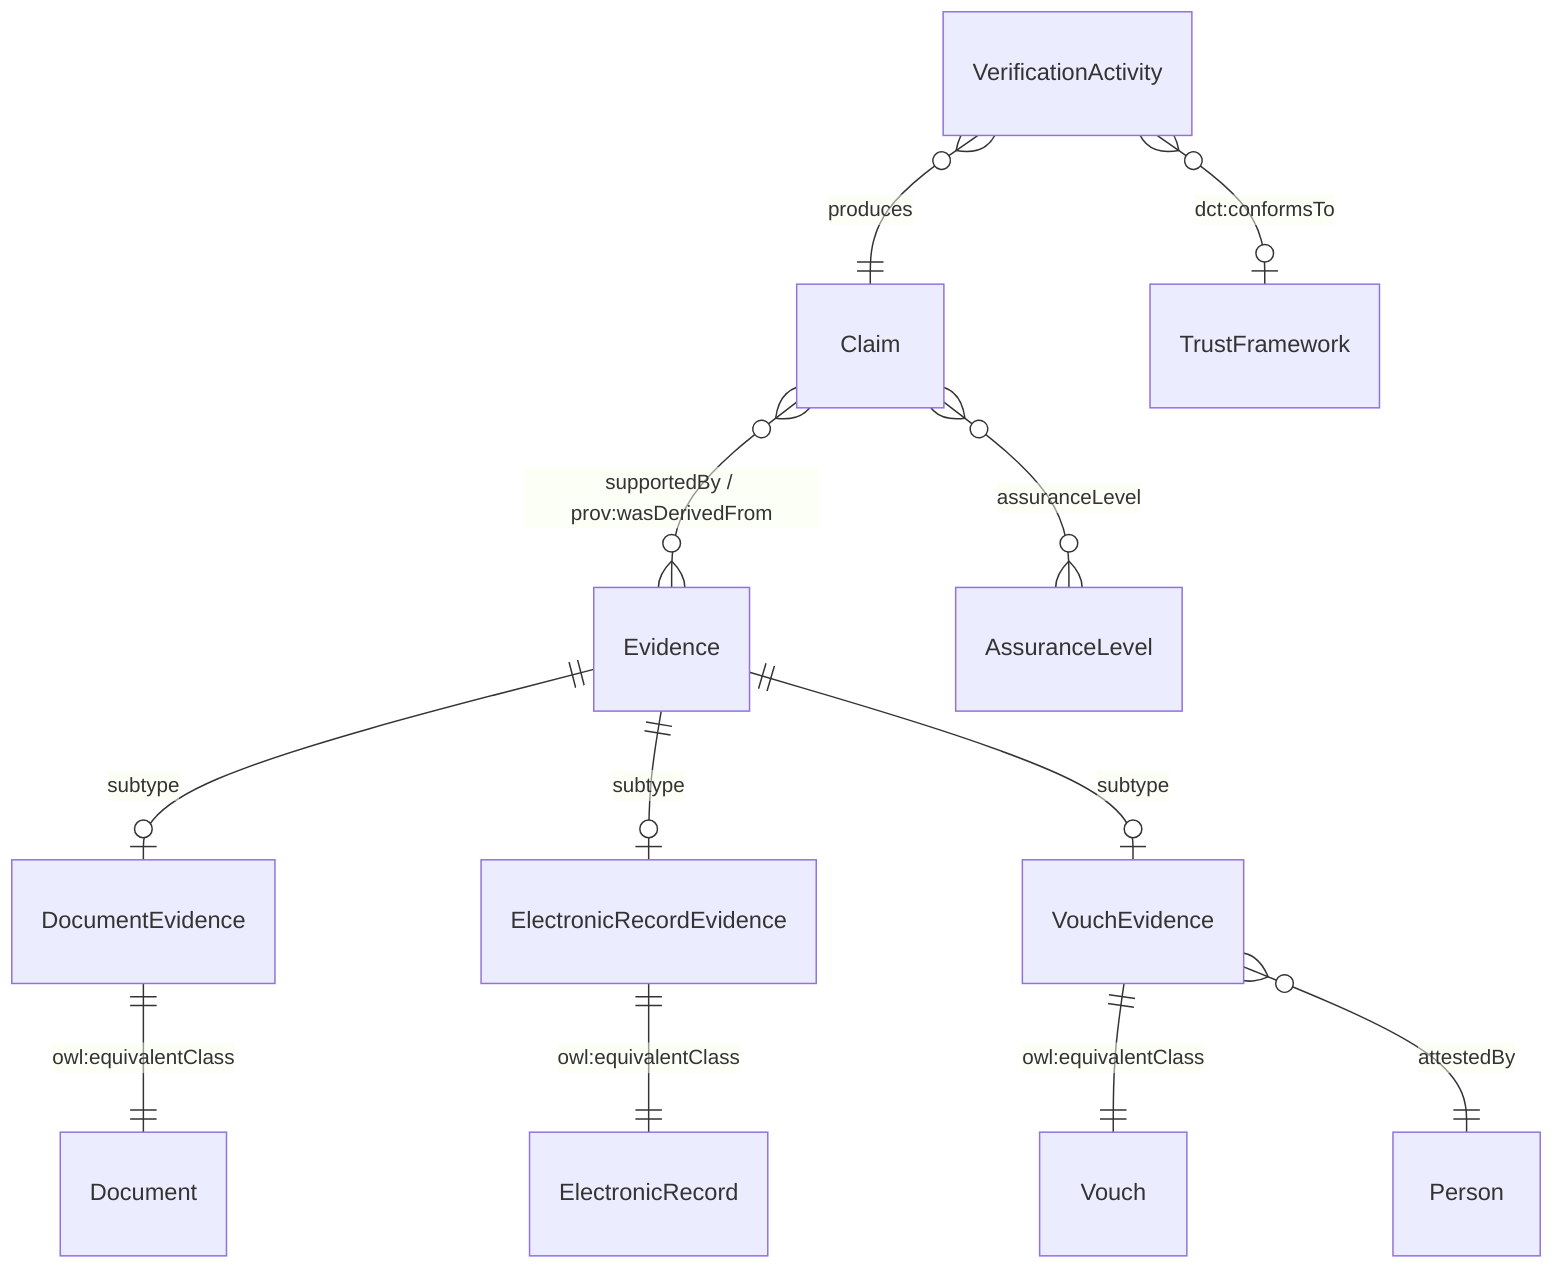
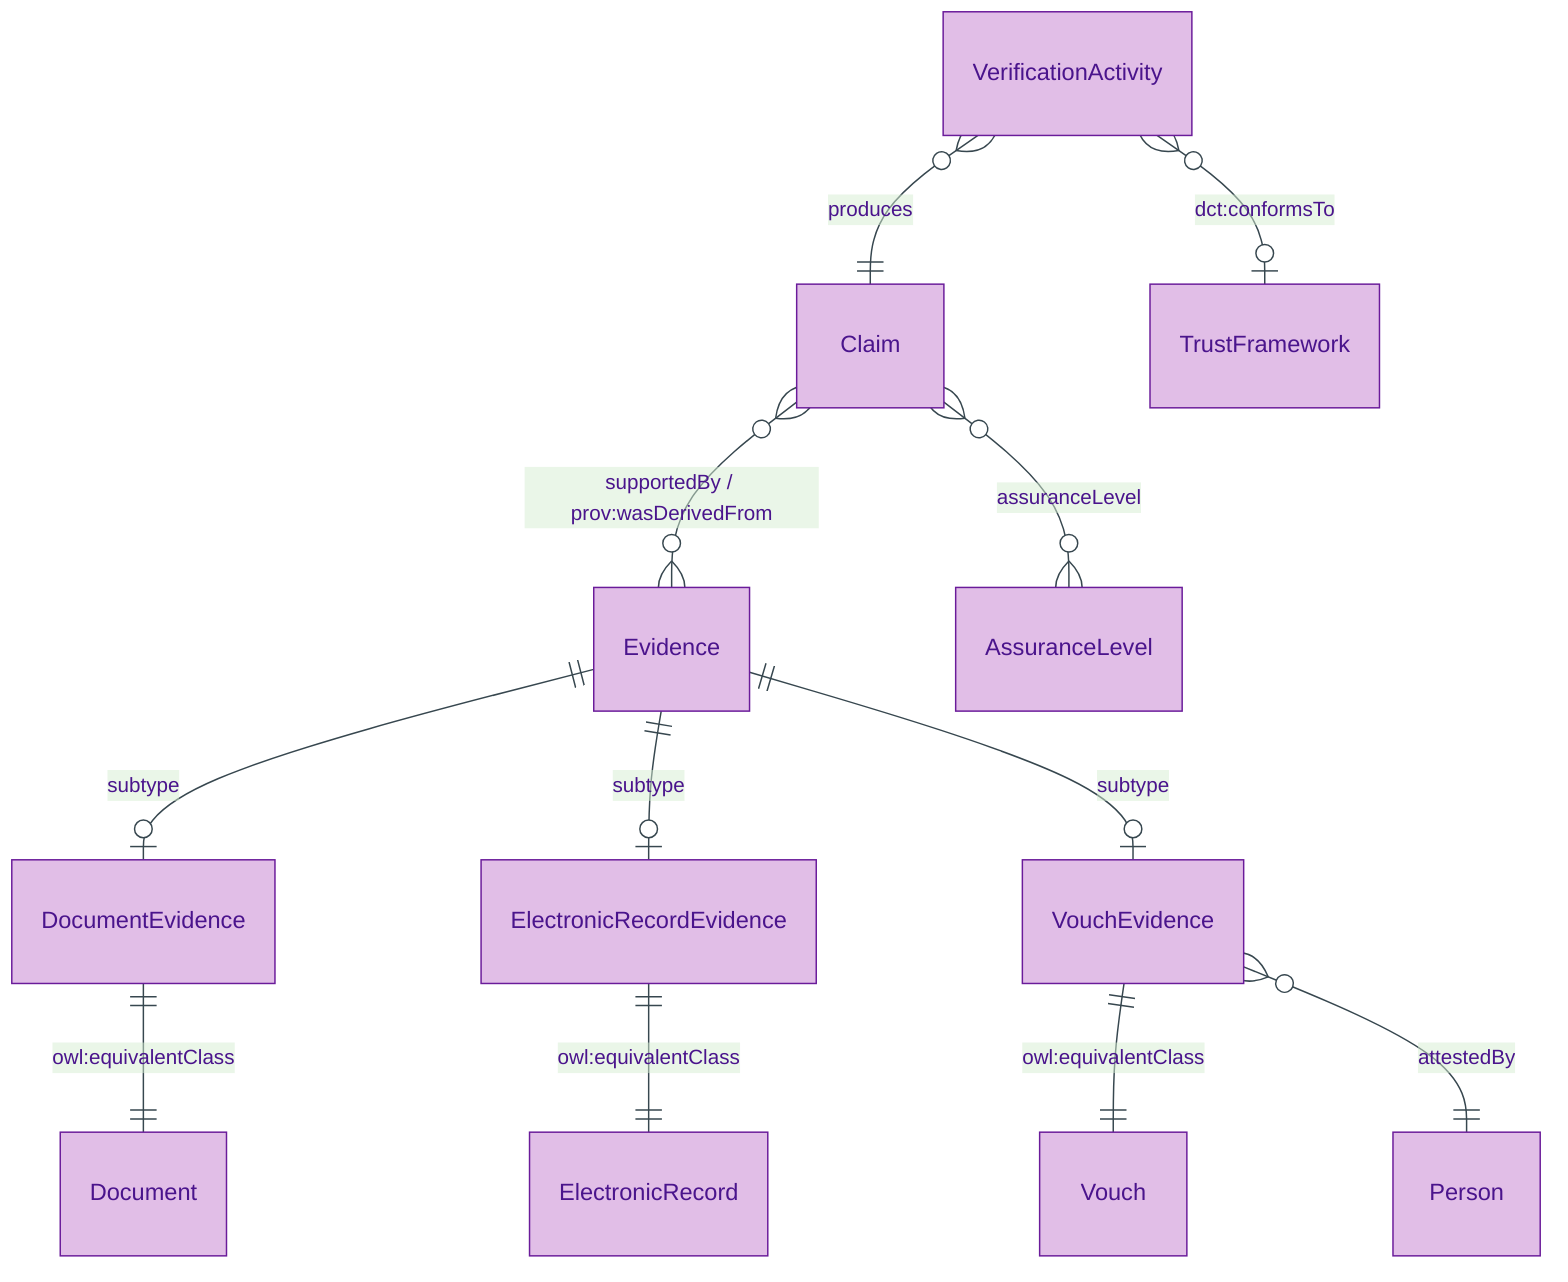
+ %%{init: {"theme": "base", "themeVariables": {"primaryColor": "#E1BEE7", "primaryTextColor": "#4A148C", "primaryBorderColor": "#6A1B9A", "lineColor": "#37474F"}}}%%
erDiagram
+     accTitle: Claim Module — Entity-Relationship Diagram
+     accDescr: Claim module entities (Claim, Evidence supertype with three subtypes, three short-name aliases, VerificationActivity, AssuranceLevel, TrustFramework) with intra-module relationships.
+ 
    Claim }o--o{ Evidence : "supportedBy / prov:wasDerivedFrom"
    Evidence ||--o| DocumentEvidence : "subtype"
    Evidence ||--o| ElectronicRecordEvidence : "subtype"
    Evidence ||--o| VouchEvidence : "subtype"
    DocumentEvidence ||--|| Document : "owl:equivalentClass"
    ElectronicRecordEvidence ||--|| ElectronicRecord : "owl:equivalentClass"
    VouchEvidence ||--|| Vouch : "owl:equivalentClass"
    VerificationActivity }o--|| Claim : "produces"
    VerificationActivity }o--o| TrustFramework : "dct:conformsTo"
    VouchEvidence }o--|| Person : "attestedBy"
    Claim }o--o{ AssuranceLevel : "assuranceLevel"
